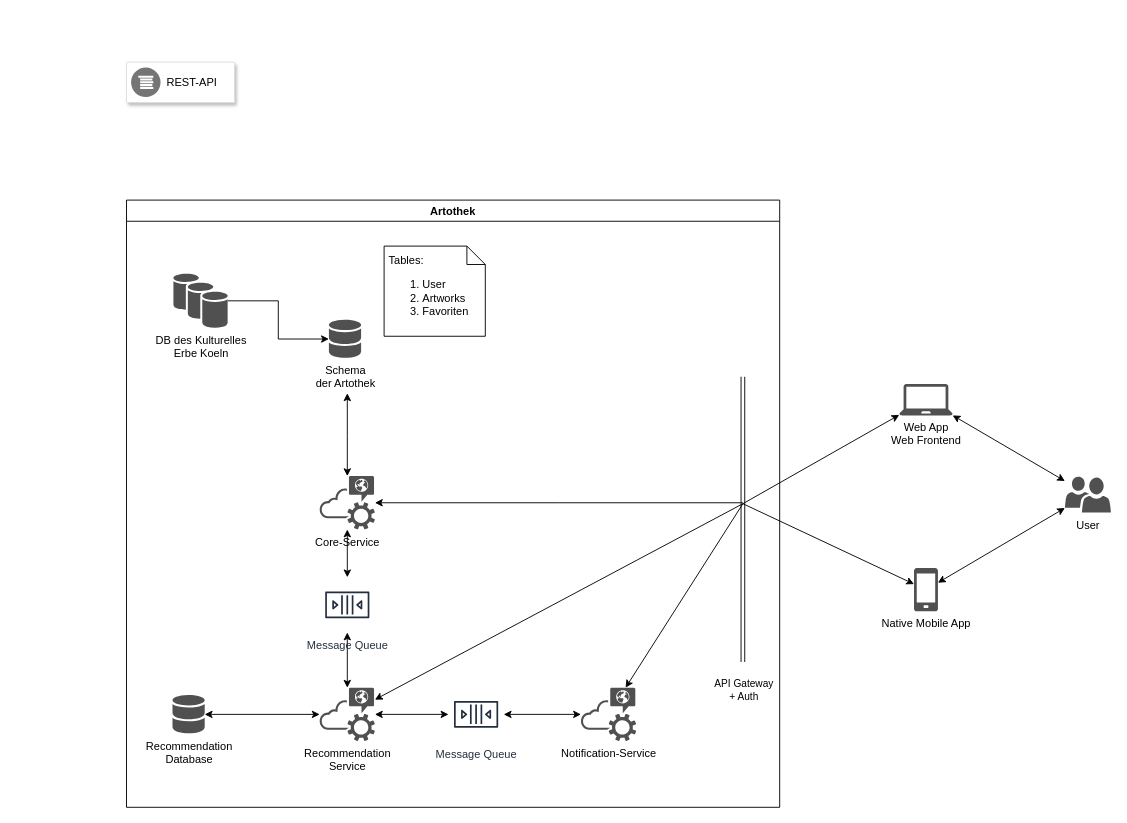
This is page "Architecture Diagram" (3 of 5) of Artefakte/Untitled Diagram.drawio from JJJS777/EPWS2122KwintSchiller, a draw.io file, before an edit. Source tidied: cells renumbered, new cells numbered last; positions are measured from the earlier drawing's top-left corner, leaving out a move shared by most shapes. Both pictures are drawn from the tidied source at 92%, with x=0, y=0 at pixel (126, 62).
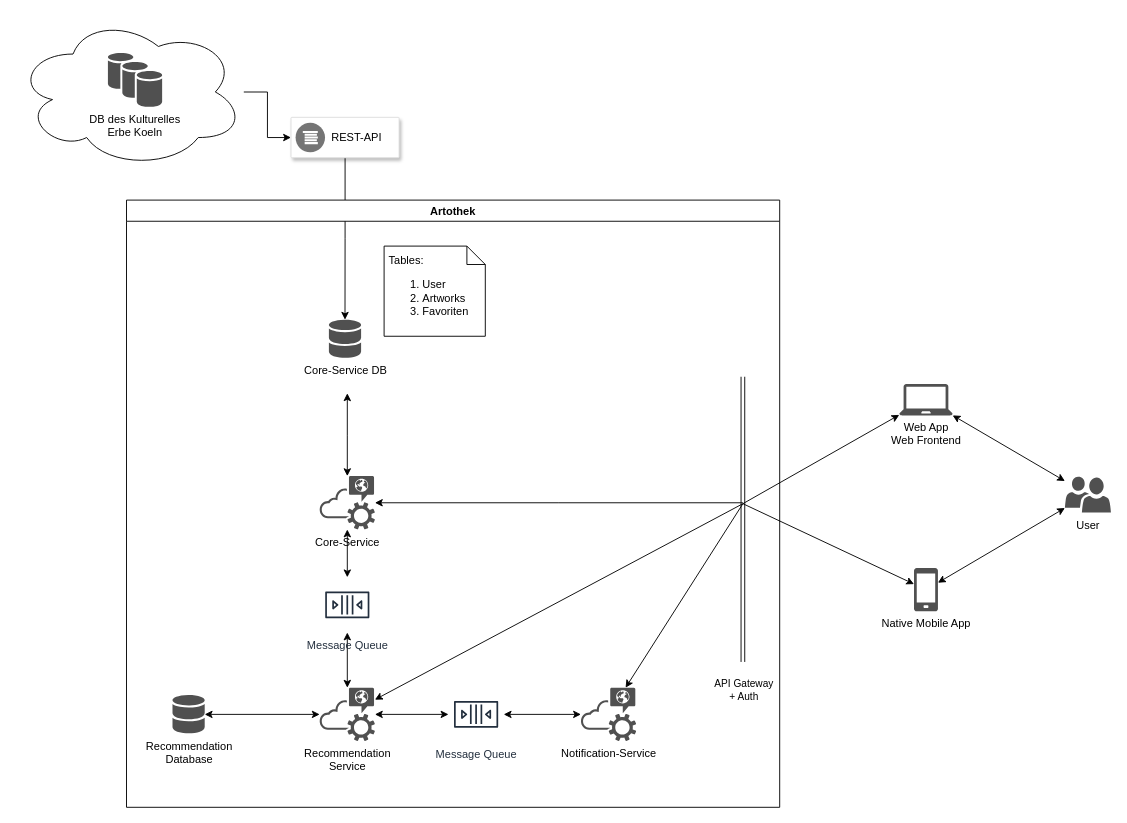
The same page after the edit.

The change refers to these unchanged cells:
```xml
<mxCell id="26" value="Artothek" style="swimlane;" parent="1" vertex="1">
  <mxGeometry y="150" width="710" height="660" as="geometry" />
</mxCell>
```

Change to the diagram source:
```diff
@@
-    <mxCell id="2" value="Schema &lt;br&gt;der Artothek" style="sketch=0;shadow=0;dashed=0;html=1;strokeColor=none;fillColor=#505050;labelPosition=center;verticalLabelPosition=bottom;verticalAlign=top;outlineConnect=0;align=center;shape=mxgraph.office.databases.database_mini_2;" parent="1" vertex="1">
+    <mxCell id="2" value="Core-Service DB" style="sketch=0;shadow=0;dashed=0;html=1;strokeColor=none;fillColor=#505050;labelPosition=center;verticalLabelPosition=bottom;verticalAlign=top;outlineConnect=0;align=center;shape=mxgraph.office.databases.database_mini_2;" parent="1" vertex="1">
       <mxGeometry x="220" y="280" width="35" height="42" as="geometry" />
     </mxCell>
-    <mxCell id="3" style="edgeStyle=orthogonalEdgeStyle;rounded=0;jettySize=auto;html=1;" parent="1" edge="1" source="29" target="2">
-      <mxGeometry relative="1" as="geometry" />
-    </mxCell>
+    <mxCell id="33" style="edgeStyle=orthogonalEdgeStyle;rounded=0;jettySize=auto;html=1;" parent="1" edge="1" source="4" target="2">
+      <mxGeometry relative="1" as="geometry" />
+    </mxCell>
     <mxCell id="4" style="strokeColor=#dddddd;shadow=1;strokeWidth=1;rounded=1;absoluteArcSize=1;arcSize=2;" parent="1" vertex="1">
-      <mxGeometry width="117.5" height="44" as="geometry" />
+      <mxGeometry x="178.8" y="60" width="117.5" height="44" as="geometry" />
     </mxCell>
@@
-    <mxCell id="29" value="DB des Kulturelles &lt;br&gt;Erbe Koeln" style="sketch=0;shadow=0;dashed=0;html=1;strokeColor=none;fillColor=#505050;labelPosition=center;verticalLabelPosition=bottom;verticalAlign=top;outlineConnect=0;align=center;shape=mxgraph.office.databases.database_availability_group;" parent="26" vertex="1">
-      <mxGeometry x="51" y="80" width="59" height="59" as="geometry" />
-    </mxCell>
@@
+    <mxCell id="34" style="edgeStyle=orthogonalEdgeStyle;rounded=0;jettySize=auto;html=1;entryX=0;entryY=0.5;entryDx=0;entryDy=0;" parent="1" edge="1" source="35" target="4">
+      <mxGeometry relative="1" as="geometry" />
+    </mxCell>
+    <mxCell id="35" style="ellipse;shape=cloud;whiteSpace=wrap;html=1;" parent="1" vertex="1">
+      <mxGeometry x="-120" y="-50" width="247.5" height="165" as="geometry" />
+    </mxCell>
+    <mxCell id="29" value="DB des Kulturelles &lt;br&gt;Erbe Koeln" style="sketch=0;shadow=0;dashed=0;html=1;strokeColor=none;fillColor=#505050;labelPosition=center;verticalLabelPosition=bottom;verticalAlign=top;outlineConnect=0;align=center;shape=mxgraph.office.databases.database_availability_group;" parent="1" vertex="1">
+      <mxGeometry x="-20.2" y="-10" width="59" height="59" as="geometry" />
+    </mxCell>
```
